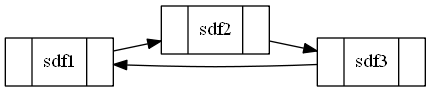
Above: P1/reporteArchRec.png in loumisha96/loumisha96-EDD_1S2020_P1_201602935 (Graphviz), before the change. Its source is kept beside it as P1/reporteArchRec.dot. Its diagram source:
```dot
digraph G{
rankdir = LR;
node[shape = record];
0 [label = "{<ref> | <data>sdf1 | }"]
0->1
1 [label = "{<ref> | <data>sdf2 | }"]
1->2
2 [label = "{<ref> | <data>sdf3 | }"]
2->0
}
```
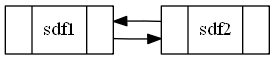
Above is the later version.

What changed in the source:
```diff
@@ -4,7 +4,5 @@
 0 [label = "{<ref> | <data>sdf1 | }"]
 0->1
 1 [label = "{<ref> | <data>sdf2 | }"]
-1->2
-2 [label = "{<ref> | <data>sdf3 | }"]
-2->0
+1->0
 }
```
